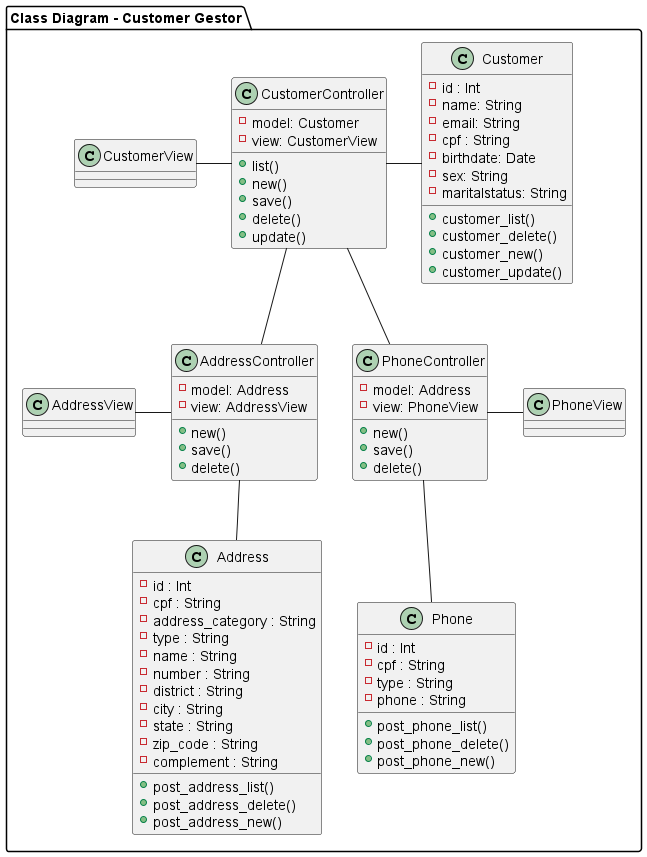
Above: modelagem/Class_Diagram.png in douglascarlos-dev/Clientes-Gestor (PlantUML), before the change.
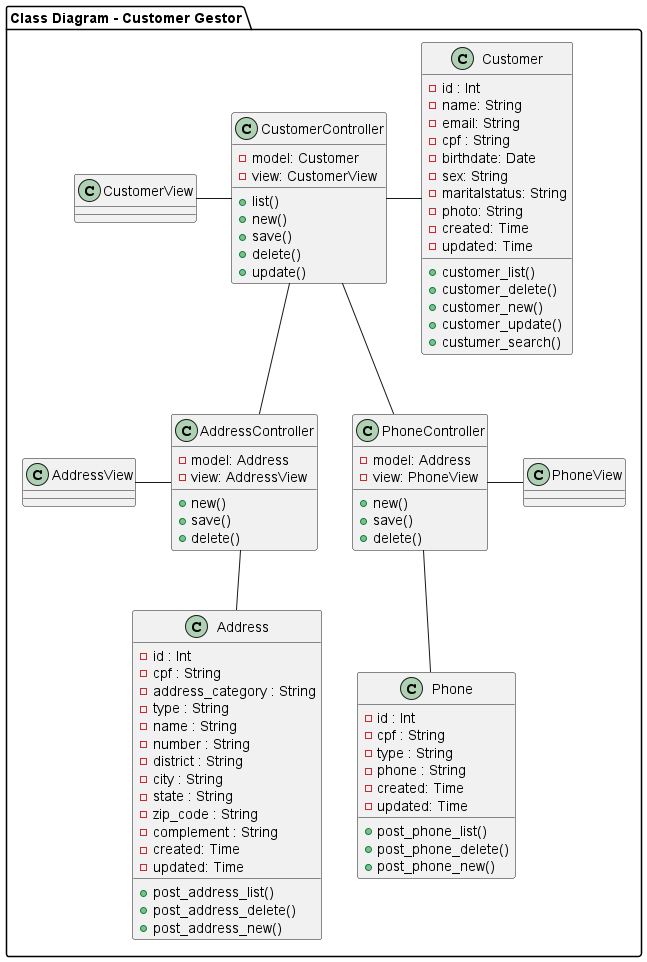
Above is the later version.

Commit message:
:book: Atualizado diagrama de classe e README

Diff of the diagram source:
```diff
@@ -31,10 +31,14 @@
     -birthdate: Date
     -sex: String
     -maritalstatus: String
+    -photo: String
+    -created: Time
+    -updated: Time
     +customer_list()
     +customer_delete()
     +customer_new()
     +customer_update()
+    +custumer_search()
 }
 
 class AddressController {
@@ -65,6 +69,8 @@
     -state : String
     -zip_code : String
     -complement : String
+    -created: Time
+    -updated: Time
     +post_address_list()
     +post_address_delete()
     +post_address_new()
@@ -75,6 +81,8 @@
     -cpf : String
     -type : String
     -phone : String
+    -created: Time
+    -updated: Time
     +post_phone_list()
     +post_phone_delete()
     +post_phone_new()
```
